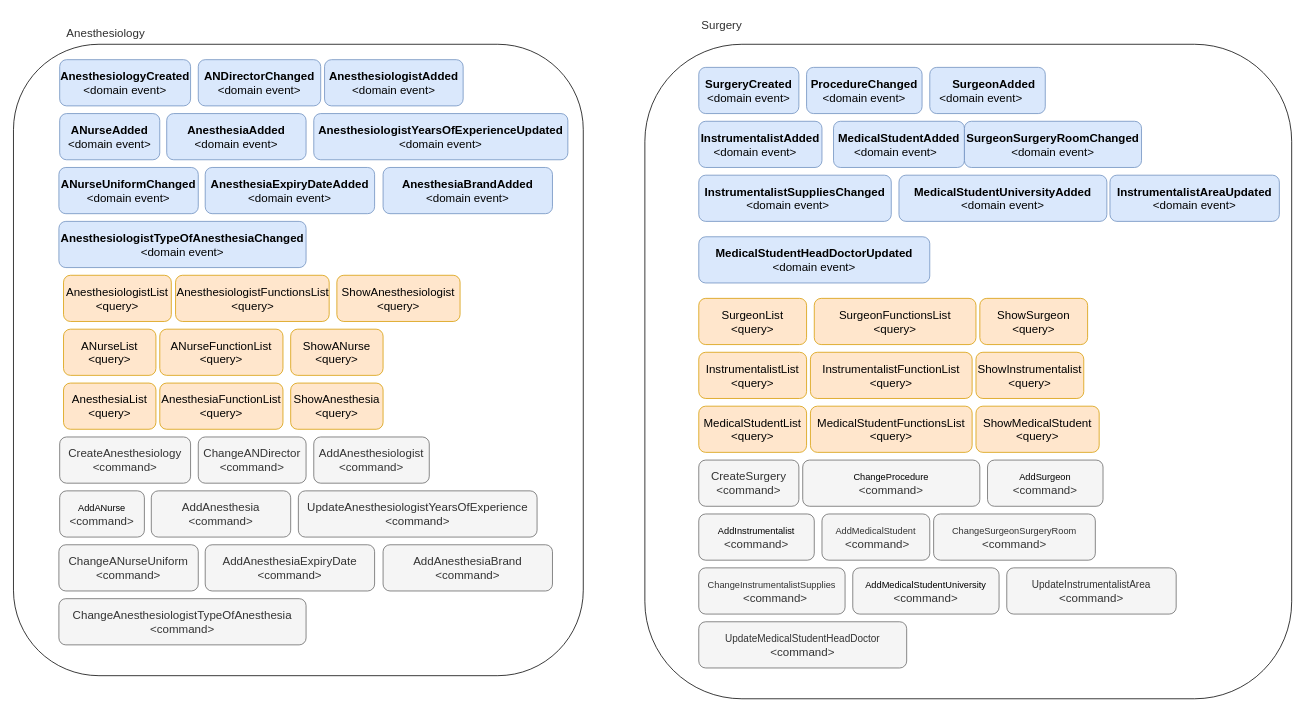
Above: page "Analysis" (4 of 4) of model.drawio in shermaes/hospital-ddd (draw.io), before the change. Source tidied: cells renumbered, new cells numbered last; positions are measured from the earlier drawing's top-left corner, leaving out a move shared by most shapes. Both pictures are drawn from the tidied source at 77%, with x=0, y=0 at pixel (13, 13).
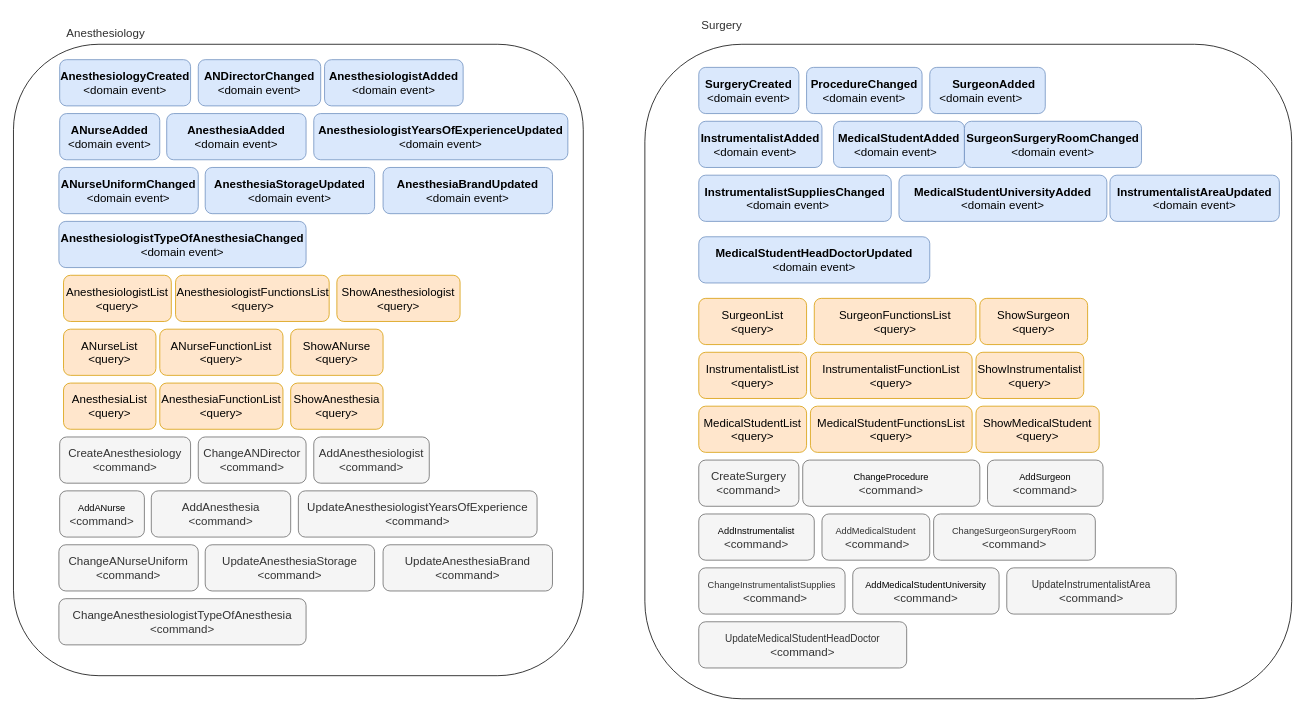
Above is the later version.

Commit message (it also covers changes not shown here):
added the command to update the storage

Diff of the diagram source:
```diff
@@
-    <mxCell id="13" value="&lt;b&gt;AnesthesiaExpiryDateAdded&lt;/b&gt;&lt;br&gt;&amp;lt;domain event&amp;gt;" style="rounded=1;whiteSpace=wrap;html=1;fontSize=15;fillColor=#dae8fc;strokeColor=#6c8ebf;" parent="1" vertex="1">
+    <mxCell id="13" value="&lt;b&gt;AnesthesiaStorageUpdated&lt;/b&gt;&lt;br&gt;&amp;lt;domain event&amp;gt;" style="rounded=1;whiteSpace=wrap;html=1;fontSize=15;fillColor=#dae8fc;strokeColor=#6c8ebf;" parent="1" vertex="1">
       <mxGeometry x="249" y="200" width="220" height="60" as="geometry" />
     </mxCell>
@@
-    <mxCell id="41" value="AddAnesthesiaExpiryDate&lt;br&gt;&amp;lt;command&amp;gt;" style="rounded=1;whiteSpace=wrap;html=1;fontSize=15;fillColor=#f5f5f5;strokeColor=#666666;fontColor=#333333;" parent="1" vertex="1">
+    <mxCell id="41" value="UpdateAnesthesiaStorage&lt;br&gt;&amp;lt;command&amp;gt;" style="rounded=1;whiteSpace=wrap;html=1;fontSize=15;fillColor=#f5f5f5;strokeColor=#666666;fontColor=#333333;" parent="1" vertex="1">
       <mxGeometry x="249" y="690" width="220" height="60" as="geometry" />
     </mxCell>
@@
-    <mxCell id="60" value="&lt;b&gt;AnesthesiaBrandAdded&lt;/b&gt;&lt;br&gt;&amp;lt;domain event&amp;gt;" style="rounded=1;whiteSpace=wrap;html=1;fontSize=15;fillColor=#dae8fc;strokeColor=#6c8ebf;" parent="1" vertex="1">
+    <mxCell id="60" value="&lt;b&gt;AnesthesiaBrandUpdated&lt;/b&gt;&lt;br&gt;&amp;lt;domain event&amp;gt;" style="rounded=1;whiteSpace=wrap;html=1;fontSize=15;fillColor=#dae8fc;strokeColor=#6c8ebf;" parent="1" vertex="1">
       <mxGeometry x="480" y="200" width="220" height="60" as="geometry" />
     </mxCell>
@@
-    <mxCell id="62" value="AddAnesthesiaBrand&lt;br&gt;&amp;lt;command&amp;gt;" style="rounded=1;whiteSpace=wrap;html=1;fontSize=15;fillColor=#f5f5f5;strokeColor=#666666;fontColor=#333333;" parent="1" vertex="1">
+    <mxCell id="62" value="UpdateAnesthesiaBrand&lt;br&gt;&amp;lt;command&amp;gt;" style="rounded=1;whiteSpace=wrap;html=1;fontSize=15;fillColor=#f5f5f5;strokeColor=#666666;fontColor=#333333;" parent="1" vertex="1">
       <mxGeometry x="480" y="690" width="220" height="60" as="geometry" />
     </mxCell>
```
